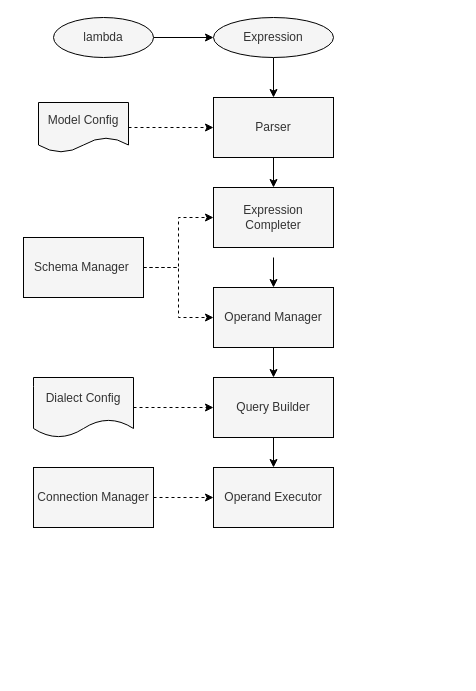
lambda-orm/lambdaorm keeps this draw.io diagram as design/diagram.drawio. Above is the earlier version. Source tidied: cells renumbered, new cells numbered last; positions are measured from the earlier drawing's top-left corner, leaving out a move shared by most shapes. Both pictures are drawn from the tidied source at 100%, with x=0, y=0 at pixel (23, 17).
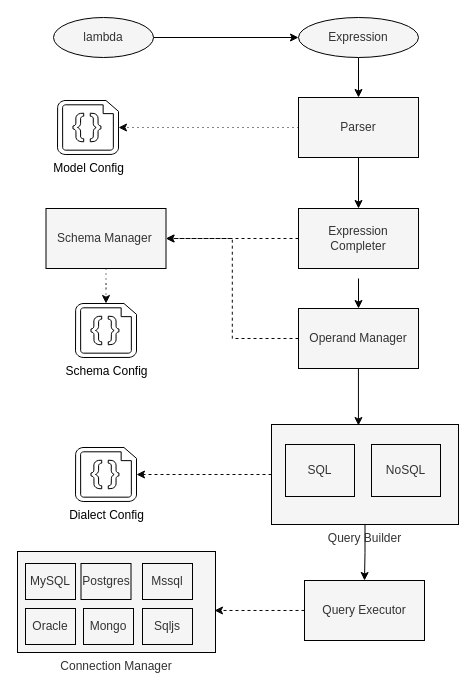
After the change.

Change to the diagram source:
```diff
@@
+    <mxCell id="24" style="edgeStyle=orthogonalEdgeStyle;rounded=0;jettySize=auto;html=1;entryX=1;entryY=0.5;entryDx=0;entryDy=0;entryPerimeter=0;dashed=1;fontColor=#000000;strokeColor=#080808;" parent="1" edge="1" source="3" target="17">
+      <mxGeometry relative="1" as="geometry" />
+    </mxCell>
-    <mxCell id="3" value="Query Builder" style="rounded=0;whiteSpace=wrap;html=1;labelBackgroundColor=none;sketch=0;shadow=0;fillColor=#f5f5f5;fontColor=#333333;strokeColor=#000000;" parent="1" vertex="1">
-      <mxGeometry x="190" y="360" width="120" height="60" as="geometry" />
+    <mxCell id="3" value="Query Builder" style="rounded=0;whiteSpace=wrap;html=1;labelBackgroundColor=none;sketch=0;shadow=0;fillColor=#f5f5f5;fontColor=#333333;strokeColor=#000000;labelPosition=center;verticalLabelPosition=bottom;align=center;verticalAlign=top;" parent="1" vertex="1">
+      <mxGeometry x="248" y="407" width="187" height="100" as="geometry" />
     </mxCell>
@@
+    <mxCell id="25" style="edgeStyle=orthogonalEdgeStyle;rounded=0;jettySize=auto;html=1;entryX=1;entryY=0.5;entryDx=0;entryDy=0;entryPerimeter=0;dashed=1;dashPattern=1 4;fontColor=#000000;strokeColor=#080808;" parent="1" edge="1" source="5" target="23">
+      <mxGeometry relative="1" as="geometry" />
+    </mxCell>
     <mxCell id="5" value="Parser" style="rounded=0;whiteSpace=wrap;html=1;labelBackgroundColor=none;sketch=0;fillColor=#f5f5f5;fontColor=#333333;strokeColor=#000000;" parent="1" vertex="1">
-      <mxGeometry x="190" y="80" width="120" height="60" as="geometry" />
+      <mxGeometry x="275" y="80" width="120" height="60" as="geometry" />
     </mxCell>
-    <mxCell id="6" style="edgeStyle=orthogonalEdgeStyle;rounded=0;jettySize=auto;html=1;exitX=0.5;exitY=1;exitDx=0;exitDy=0;entryX=0.5;entryY=0;entryDx=0;entryDy=0;fontColor=#000000;labelBackgroundColor=none;sketch=0;shadow=0;fillColor=#f5f5f5;strokeColor=#000000;" parent="1" edge="1" source="7" target="3">
+    <mxCell id="6" style="edgeStyle=orthogonalEdgeStyle;rounded=0;jettySize=auto;html=1;entryX=0.465;entryY=0.01;entryDx=0;entryDy=0;entryPerimeter=0;fontColor=#000000;strokeColor=#080808;" parent="1" edge="1" source="7" target="3">
       <mxGeometry relative="1" as="geometry" />
     </mxCell>
+    <mxCell id="26" style="edgeStyle=orthogonalEdgeStyle;rounded=0;jettySize=auto;html=1;entryX=1;entryY=0.5;entryDx=0;entryDy=0;fontColor=#000000;strokeColor=#080808;dashed=1;" parent="1" edge="1" source="7" target="10">
+      <mxGeometry relative="1" as="geometry" />
+    </mxCell>
     <mxCell id="7" value="Operand Manager" style="rounded=0;whiteSpace=wrap;html=1;labelBackgroundColor=none;sketch=0;fillColor=#f5f5f5;fontColor=#333333;strokeColor=#000000;" parent="1" vertex="1">
-      <mxGeometry x="190" y="270" width="120" height="60" as="geometry" />
+      <mxGeometry x="275" y="291" width="120" height="60" as="geometry" />
     </mxCell>
-    <mxCell id="8" style="edgeStyle=orthogonalEdgeStyle;rounded=0;jettySize=auto;html=1;dashed=1;entryX=0;entryY=0.5;entryDx=0;entryDy=0;fontColor=#000000;labelBackgroundColor=none;sketch=0;fillColor=#f5f5f5;strokeColor=#000000;" parent="1" edge="1" source="10" target="12">
-      <mxGeometry relative="1" as="geometry" />
-    </mxCell>
-    <mxCell id="9" style="edgeStyle=orthogonalEdgeStyle;rounded=0;jettySize=auto;html=1;entryX=0;entryY=0.5;entryDx=0;entryDy=0;dashed=1;fontColor=#000000;labelBackgroundColor=none;sketch=0;fillColor=#f5f5f5;strokeColor=#000000;" parent="1" edge="1" source="10" target="7">
-      <mxGeometry relative="1" as="geometry" />
-    </mxCell>
+    <mxCell id="27" style="edgeStyle=orthogonalEdgeStyle;rounded=0;jettySize=auto;html=1;entryX=0.5;entryY=0;entryDx=0;entryDy=0;entryPerimeter=0;fontColor=#000000;strokeColor=#080808;dashed=1;dashPattern=1 4;" parent="1" edge="1" source="10" target="32">
+      <mxGeometry relative="1" as="geometry" />
+    </mxCell>
     <mxCell id="10" value="Schema Manager&amp;nbsp;" style="rounded=0;whiteSpace=wrap;html=1;labelBackgroundColor=none;sketch=0;fillColor=#f5f5f5;fontColor=#333333;strokeColor=#000000;" parent="1" vertex="1">
-      <mxGeometry y="220" width="120" height="60" as="geometry" />
+      <mxGeometry x="22.5" y="191" width="120" height="60" as="geometry" />
     </mxCell>
     <mxCell id="11" style="edgeStyle=orthogonalEdgeStyle;rounded=0;jettySize=auto;html=1;exitX=0.5;exitY=1;exitDx=0;exitDy=0;entryX=0.5;entryY=0;entryDx=0;entryDy=0;fontColor=#000000;labelBackgroundColor=none;sketch=0;fillColor=#f5f5f5;strokeColor=#000000;" parent="1" edge="1" target="7">
       <mxGeometry relative="1" as="geometry">
-        <mxPoint x="250" y="240" as="sourcePoint" />
+        <mxPoint x="335" y="261" as="sourcePoint" />
       </mxGeometry>
     </mxCell>
+    <mxCell id="28" style="edgeStyle=orthogonalEdgeStyle;rounded=0;jettySize=auto;html=1;entryX=1;entryY=0.5;entryDx=0;entryDy=0;fontColor=#000000;strokeColor=#080808;dashed=1;" parent="1" edge="1" source="12" target="10">
+      <mxGeometry relative="1" as="geometry" />
+    </mxCell>
     <mxCell id="12" value="Expression Completer" style="rounded=0;whiteSpace=wrap;html=1;strokeWidth=1;labelBackgroundColor=none;sketch=0;fillColor=#f5f5f5;fontColor=#333333;strokeColor=#000000;" parent="1" vertex="1">
-      <mxGeometry x="190" y="170" width="120" height="60" as="geometry" />
+      <mxGeometry x="275" y="191" width="120" height="60" as="geometry" />
     </mxCell>
+    <mxCell id="29" style="edgeStyle=orthogonalEdgeStyle;rounded=0;jettySize=auto;html=1;entryX=0.995;entryY=0.584;entryDx=0;entryDy=0;entryPerimeter=0;dashed=1;fontColor=#000000;strokeColor=#080808;" parent="1" edge="1" source="13" target="15">
+      <mxGeometry relative="1" as="geometry" />
+    </mxCell>
-    <mxCell id="13" value="Operand Executor" style="rounded=0;whiteSpace=wrap;html=1;labelBackgroundColor=none;sketch=0;shadow=0;fillColor=#f5f5f5;fontColor=#333333;strokeColor=#000000;" parent="1" vertex="1">
-      <mxGeometry x="190" y="450" width="120" height="60" as="geometry" />
+    <mxCell id="13" value="Query Executor" style="rounded=0;whiteSpace=wrap;html=1;labelBackgroundColor=none;sketch=0;shadow=0;fillColor=#f5f5f5;fontColor=#333333;strokeColor=#000000;" parent="1" vertex="1">
+      <mxGeometry x="281" y="563" width="120" height="60" as="geometry" />
     </mxCell>
-    <mxCell id="14" style="edgeStyle=orthogonalEdgeStyle;rounded=0;jettySize=auto;html=1;entryX=0;entryY=0.5;entryDx=0;entryDy=0;dashed=1;fontColor=#000000;labelBackgroundColor=none;sketch=0;shadow=0;fillColor=#f5f5f5;strokeColor=#000000;" parent="1" edge="1" source="15" target="13">
-      <mxGeometry relative="1" as="geometry" />
-    </mxCell>
-    <mxCell id="15" value="Connection Manager" style="rounded=0;whiteSpace=wrap;html=1;labelBackgroundColor=none;sketch=0;shadow=0;fillColor=#f5f5f5;fontColor=#333333;strokeColor=#000000;" parent="1" vertex="1">
-      <mxGeometry x="10" y="450" width="120" height="60" as="geometry" />
-    </mxCell>
-    <mxCell id="16" style="edgeStyle=orthogonalEdgeStyle;rounded=0;jettySize=auto;html=1;entryX=0;entryY=0.5;entryDx=0;entryDy=0;dashed=1;fontColor=#000000;labelBackgroundColor=none;sketch=0;shadow=0;fillColor=#f5f5f5;strokeColor=#000000;" parent="1" edge="1" source="17" target="3">
-      <mxGeometry relative="1" as="geometry" />
-    </mxCell>
-    <mxCell id="17" value="Dialect Config" style="shape=document;whiteSpace=wrap;html=1;boundedLbl=1;labelBackgroundColor=none;sketch=0;shadow=0;fillColor=#f5f5f5;fontColor=#333333;strokeColor=#000000;" parent="1" vertex="1">
-      <mxGeometry x="10" y="360" width="100" height="60" as="geometry" />
-    </mxCell>
@@
     <mxCell id="19" value="Expression" style="ellipse;whiteSpace=wrap;html=1;labelBackgroundColor=none;sketch=0;fillColor=#f5f5f5;fontColor=#333333;strokeColor=#000000;" parent="1" vertex="1">
-      <mxGeometry x="190" width="120" height="40" as="geometry" />
+      <mxGeometry x="275" width="120" height="40" as="geometry" />
     </mxCell>
@@
-    <mxCell id="22" style="edgeStyle=orthogonalEdgeStyle;rounded=0;jettySize=auto;html=1;entryX=0;entryY=0.5;entryDx=0;entryDy=0;dashed=1;fontColor=#000000;labelBackgroundColor=none;sketch=0;fillColor=#f5f5f5;strokeColor=#000000;" parent="1" edge="1" source="23" target="5">
-      <mxGeometry relative="1" as="geometry" />
-    </mxCell>
+    <mxCell id="30" value="SQL" style="rounded=0;whiteSpace=wrap;html=1;labelBackgroundColor=none;sketch=0;shadow=0;fillColor=#f5f5f5;fontColor=#333333;strokeColor=#000000;labelPosition=center;verticalLabelPosition=middle;align=center;verticalAlign=middle;" parent="1" vertex="1">
+      <mxGeometry x="262" y="427" width="69" height="52" as="geometry" />
+    </mxCell>
+    <mxCell id="31" value="NoSQL" style="rounded=0;whiteSpace=wrap;html=1;labelBackgroundColor=none;sketch=0;shadow=0;fillColor=#f5f5f5;fontColor=#333333;strokeColor=#000000;labelPosition=center;verticalLabelPosition=middle;align=center;verticalAlign=middle;" parent="1" vertex="1">
+      <mxGeometry x="348" y="427" width="69" height="52" as="geometry" />
+    </mxCell>
-    <mxCell id="23" value="Model Config" style="shape=document;whiteSpace=wrap;html=1;boundedLbl=1;labelBackgroundColor=none;sketch=0;fillColor=#f5f5f5;fontColor=#333333;strokeColor=#000000;" parent="1" vertex="1">
-      <mxGeometry x="15" y="85" width="90" height="50" as="geometry" />
+    <mxCell id="23" value="Model Config" style="verticalLabelPosition=bottom;html=1;verticalAlign=top;align=center;shape=mxgraph.azure.code_file;fontColor=#000000;strokeWidth=1;" parent="1" vertex="1">
+      <mxGeometry x="34" y="83" width="61" height="54" as="geometry" />
     </mxCell>
+    <mxCell id="17" value="Dialect Config" style="verticalLabelPosition=bottom;html=1;verticalAlign=top;align=center;shape=mxgraph.azure.code_file;fontColor=#000000;strokeWidth=1;" parent="1" vertex="1">
+      <mxGeometry x="52" y="430" width="61" height="54" as="geometry" />
+    </mxCell>
+    <mxCell id="32" value="Schema Config" style="verticalLabelPosition=bottom;html=1;verticalAlign=top;align=center;shape=mxgraph.azure.code_file;fontColor=#000000;strokeWidth=1;" parent="1" vertex="1">
+      <mxGeometry x="52" y="286" width="61" height="54" as="geometry" />
+    </mxCell>
+    <mxCell id="15" value="Connection Manager" style="rounded=0;whiteSpace=wrap;html=1;labelBackgroundColor=none;sketch=0;shadow=0;fillColor=#f5f5f5;fontColor=#333333;strokeColor=#000000;labelPosition=center;verticalLabelPosition=bottom;align=center;verticalAlign=top;" parent="1" vertex="1">
+      <mxGeometry x="-6" y="534" width="198" height="101" as="geometry" />
+    </mxCell>
+    <mxCell id="33" value="MySQL" style="rounded=0;whiteSpace=wrap;html=1;labelBackgroundColor=none;sketch=0;shadow=0;fillColor=#f5f5f5;fontColor=#333333;strokeColor=#000000;labelPosition=center;verticalLabelPosition=middle;align=center;verticalAlign=middle;" parent="1" vertex="1">
+      <mxGeometry x="2" y="546" width="50" height="36" as="geometry" />
+    </mxCell>
+    <mxCell id="34" value="Postgres" style="rounded=0;whiteSpace=wrap;html=1;labelBackgroundColor=none;sketch=0;shadow=0;fillColor=#f5f5f5;fontColor=#333333;strokeColor=#000000;labelPosition=center;verticalLabelPosition=middle;align=center;verticalAlign=middle;" parent="1" vertex="1">
+      <mxGeometry x="57.5" y="546" width="50" height="36" as="geometry" />
+    </mxCell>
+    <mxCell id="35" value="Mssql" style="rounded=0;whiteSpace=wrap;html=1;labelBackgroundColor=none;sketch=0;shadow=0;fillColor=#f5f5f5;fontColor=#333333;strokeColor=#000000;labelPosition=center;verticalLabelPosition=middle;align=center;verticalAlign=middle;" parent="1" vertex="1">
+      <mxGeometry x="119" y="546" width="50" height="36" as="geometry" />
+    </mxCell>
+    <mxCell id="36" value="Oracle" style="rounded=0;whiteSpace=wrap;html=1;labelBackgroundColor=none;sketch=0;shadow=0;fillColor=#f5f5f5;fontColor=#333333;strokeColor=#000000;labelPosition=center;verticalLabelPosition=middle;align=center;verticalAlign=middle;" parent="1" vertex="1">
+      <mxGeometry x="2" y="591" width="50" height="36" as="geometry" />
+    </mxCell>
+    <mxCell id="37" value="Mongo" style="rounded=0;whiteSpace=wrap;html=1;labelBackgroundColor=none;sketch=0;shadow=0;fillColor=#f5f5f5;fontColor=#333333;strokeColor=#000000;labelPosition=center;verticalLabelPosition=middle;align=center;verticalAlign=middle;" parent="1" vertex="1">
+      <mxGeometry x="60" y="591" width="50" height="36" as="geometry" />
+    </mxCell>
+    <mxCell id="38" value="Sqljs" style="rounded=0;whiteSpace=wrap;html=1;labelBackgroundColor=none;sketch=0;shadow=0;fillColor=#f5f5f5;fontColor=#333333;strokeColor=#000000;labelPosition=center;verticalLabelPosition=middle;align=center;verticalAlign=middle;" parent="1" vertex="1">
+      <mxGeometry x="119" y="591" width="50" height="36" as="geometry" />
+    </mxCell>
```
